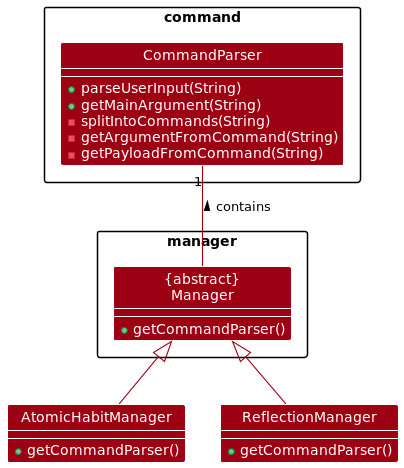
This is docs/diagrams/CommandParserClass.png from wenxin-c/tp, a PlantUML export, as it was before one commit. The source it was exported from:
```plantuml
@startuml
!include style.puml
skinparam arrowThickness 1.1
skinparam arrowColor MODEL_COLOR
skinparam classBackgroundColor MODEL_COLOR


Package command {
    Class CommandParser {
        + parseUserInput(String)
        + getMainArgument(String)
        - splitIntoCommands(String)
        - getArgumentFromCommand(String)
        - getPayloadFromCommand(String)
    }
}

Package manager{
    Class "{abstract}\nManager" as Manager {
        + getCommandParser()
    }
}

Class AtomicHabitManager {
    + getCommandParser()
}

Class ReflectionManager {
    + getCommandParser()
}

CommandParser "1" -- Manager : contains <
Manager <|-- AtomicHabitManager
Manager <|-- ReflectionManager



@enduml
```
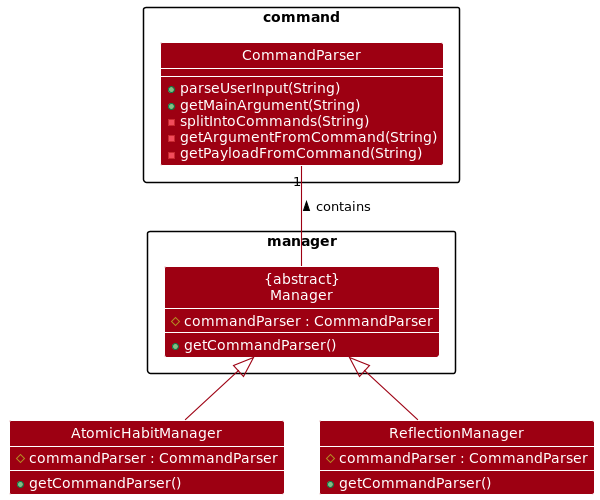
Later version of the same file.

Commit message:
Update CommandParser class UML

Change to the diagram source:
```diff
@@ -17,15 +17,18 @@
 
 Package manager{
     Class "{abstract}\nManager" as Manager {
+        # commandParser : CommandParser
         + getCommandParser()
     }
 }
 
 Class AtomicHabitManager {
+    # commandParser : CommandParser
     + getCommandParser()
 }
 
 Class ReflectionManager {
+    # commandParser : CommandParser
     + getCommandParser()
 }
 
```
